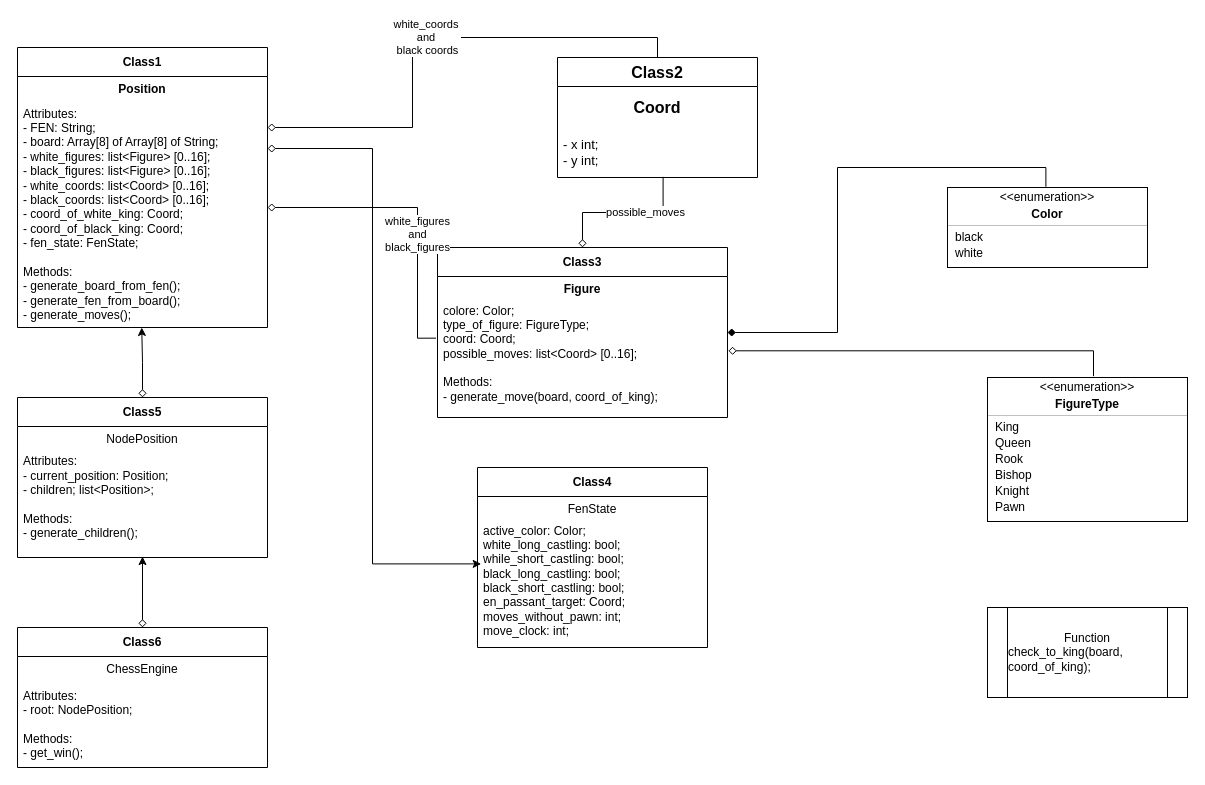
Earlier version of the draw.io diagram project_architecture;.drawio (IgorVolokho99/Chess-engine). Source tidied: cells renumbered, new cells numbered last; positions are measured from the earlier drawing's top-left corner, leaving out a move shared by most shapes. Both pictures are drawn from the tidied source at 100%, with x=0, y=0 at pixel (17, 37).
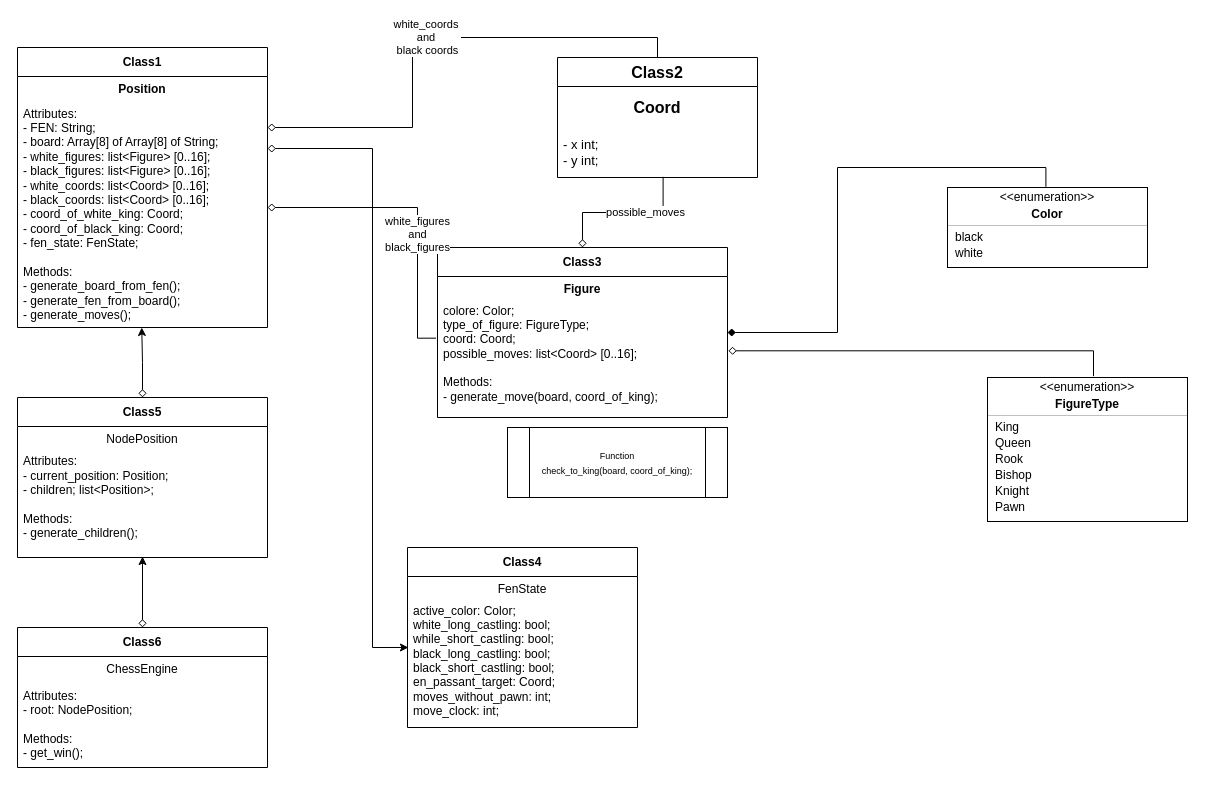
The same page after the edit.

Unchanged cells that the change refers to:
```xml
<mxCell id="37" value="active_сolor: Color;&lt;div&gt;white_long_castling: bool;&lt;/div&gt;&lt;div&gt;while_short_castling: bool;&lt;br&gt;&lt;div&gt;black_long_castling: bool;&lt;/div&gt;&lt;/div&gt;&lt;div&gt;black_short_castling: bool;&lt;/div&gt;&lt;div&gt;en_passant_target: Coord;&lt;/div&gt;&lt;div&gt;moves_without_pawn: int;&lt;/div&gt;&lt;div&gt;move_clock: int;&lt;/div&gt;&lt;div&gt;&lt;br&gt;&lt;/div&gt;" style="text;html=1;strokeColor=none;fillColor=none;align=left;verticalAlign=middle;spacingLeft=4;spacingRight=4;overflow=hidden;points=[[0,0.5],[1,0.5]];portConstraint=eastwest;whiteSpace=wrap;" parent="35" vertex="1">
  <mxGeometry y="54" width="230" height="126" as="geometry" />
</mxCell>
```

What changed in the source:
```diff
@@
     <mxCell id="35" value="Class4" style="swimlane;fontStyle=1;align=center;verticalAlign=middle;horizontal=1;startSize=29;html=1;whiteSpace=wrap;" parent="1" vertex="1">
-      <mxGeometry x="460" y="430" width="230" height="180" as="geometry" />
+      <mxGeometry x="390" y="510" width="230" height="180" as="geometry" />
     </mxCell>
@@
-    <mxCell id="38" style="edgeStyle=orthogonalEdgeStyle;rounded=0;orthogonalLoop=1;jettySize=auto;html=1;entryX=0.016;entryY=0.487;entryDx=0;entryDy=0;entryPerimeter=0;startArrow=diamond;startFill=0;" parent="1" edge="1">
+    <mxCell id="38" style="edgeStyle=orthogonalEdgeStyle;rounded=0;jettySize=auto;html=1;entryX=0.004;entryY=0.365;entryDx=0;entryDy=0;entryPerimeter=0;startArrow=diamond;startFill=0;" parent="1" edge="1" target="37">
       <mxGeometry relative="1" as="geometry">
         <mxPoint x="250" y="111" as="sourcePoint" />
-        <mxPoint x="463.7" y="526.4" as="targetPoint" />
         <Array as="points">
           <mxPoint x="355" y="111" />
-          <mxPoint x="355" y="526" />
+          <mxPoint x="355" y="610" />
         </Array>
       </mxGeometry>
     </mxCell>
@@
-    <mxCell id="47" value="&lt;span style=&quot;text-align: left;&quot;&gt;Function&lt;/span&gt;&lt;div style=&quot;text-align: left;&quot;&gt;check_to_king(board, coord_of_king);&lt;/div&gt;" style="shape=process;whiteSpace=wrap;html=1;backgroundOutline=1;" parent="1" vertex="1">
-      <mxGeometry x="970" y="570" width="200" height="90" as="geometry" />
+    <mxCell id="47" value="&lt;span style=&quot;text-align: left;&quot;&gt;&lt;font style=&quot;font-size: 9px;&quot;&gt;Function&lt;/font&gt;&lt;/span&gt;&lt;div style=&quot;text-align: left;&quot;&gt;&lt;font style=&quot;font-size: 9px;&quot;&gt;check_to_king(board, coord_of_king);&lt;/font&gt;&lt;/div&gt;" style="shape=process;whiteSpace=wrap;html=1;backgroundOutline=1;" parent="1" vertex="1">
+      <mxGeometry x="490" y="390" width="220" height="70" as="geometry" />
     </mxCell>
```
